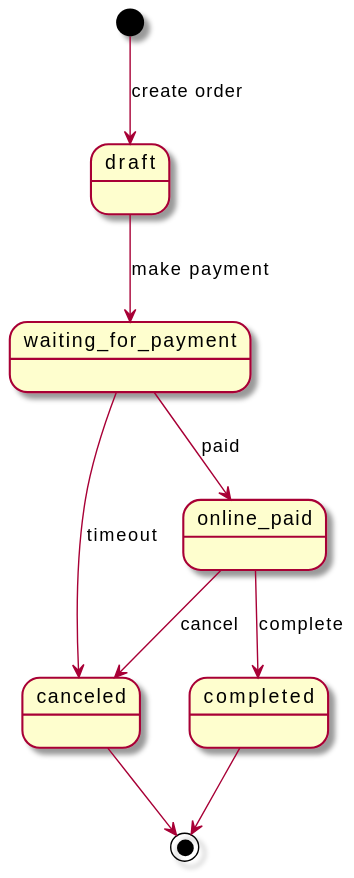
This is docs/backend-api/payment/order-state.svg from tikivn/tiki-miniapp-docs, a PlantUML export, as it was before one commit. The source it was exported from:
```plantuml
@startuml
[*] --> draft: create order
draft --> waiting_for_payment: make payment
waiting_for_payment --> canceled: timeout
waiting_for_payment --> online_paid: paid
online_paid --> canceled: cancel
online_paid --> completed: complete
canceled --> [*]
completed --> [*]
@enduml
```
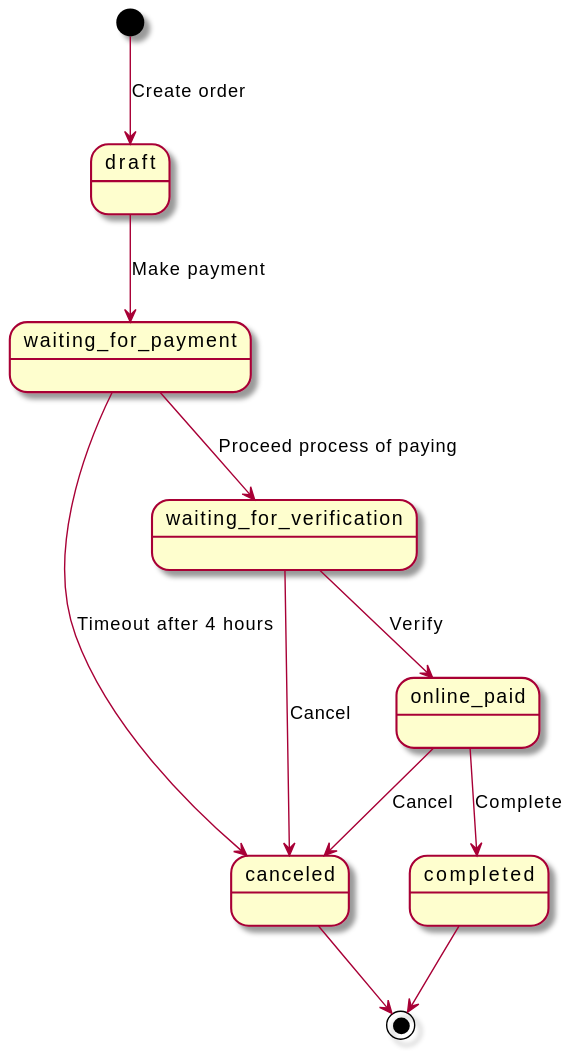
After the commit.

Commit message:
feat: update order ipn message payload

What changed in the source:
```diff
@@ -1,10 +1,13 @@
 @startuml
-[*] --> draft: create order
-draft --> waiting_for_payment: make payment
-waiting_for_payment --> canceled: timeout
-waiting_for_payment --> online_paid: paid
-online_paid --> canceled: cancel
-online_paid --> completed: complete
+[*] --> draft: Create order
+draft --> waiting_for_payment: Make payment
+waiting_for_payment --> canceled: Timeout after 4 hours
+waiting_for_payment --> waiting_for_verification: Proceed process of paying
+waiting_for_verification --> canceled: Cancel
+
+waiting_for_verification --> online_paid: Verify
+online_paid --> canceled: Cancel
+online_paid --> completed: Complete
 canceled --> [*]
 completed --> [*]
 @enduml
```
